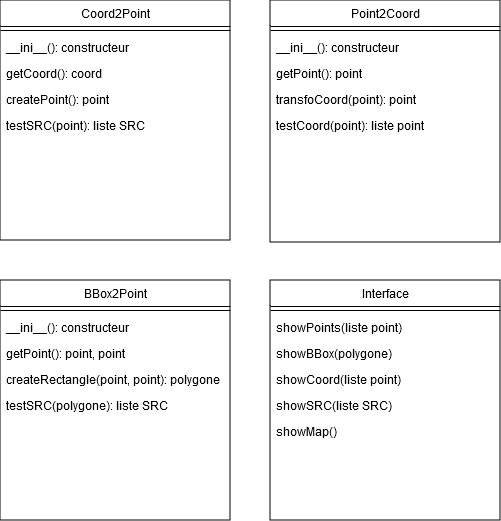
Earlier version of the draw.io export diag_classe_plugin.png (leonielrx/ProjetInfo_DoGeo). Source tidied: cells renumbered, new cells last; positions are measured from the earlier drawing's top-left corner, leaving out a move shared by most shapes.
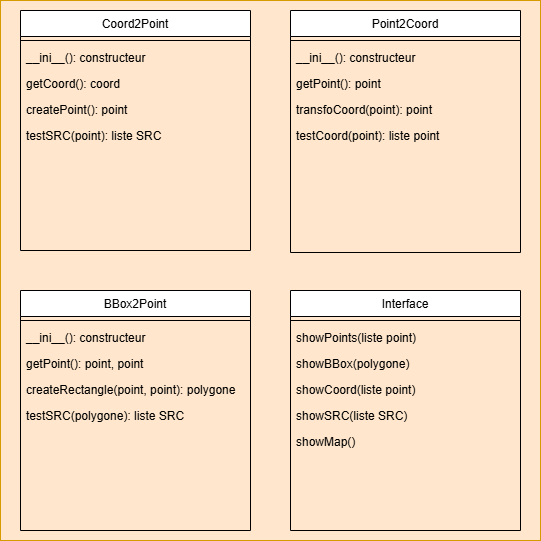
Later version of the same file.

Commit message:
Mettre à jour diag_classe_plugin.png

What changed in the source:
```diff
@@ -2,6 +2,9 @@
   <root>
     <mxCell id="0" />
     <mxCell id="1" parent="0" />
+    <mxCell id="27" style="rounded=0;whiteSpace=wrap;html=1;fillColor=#ffe6cc;strokeColor=#d79b00;" parent="1" vertex="1">
+      <mxGeometry x="-20" y="-10" width="540" height="540" as="geometry" />
+    </mxCell>
     <mxCell id="2" value="Point2Coord" style="swimlane;fontStyle=0;align=center;verticalAlign=top;horizontal=1;startSize=26;rounded=0;shadow=0;strokeWidth=1;" parent="1" vertex="1">
       <mxGeometry x="270" width="230" height="242" as="geometry" />
     </mxCell>
```
